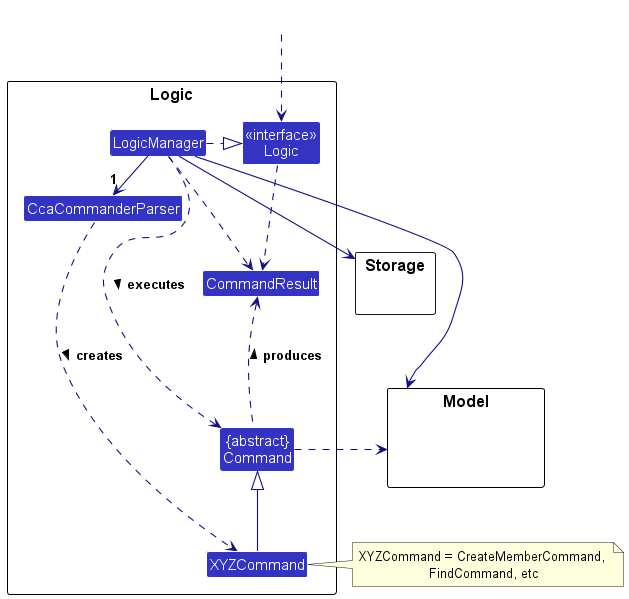
Above: docs/images/LogicClassDiagram.png in nus-cs2103-AY2324S1/tp (PlantUML), before the change.
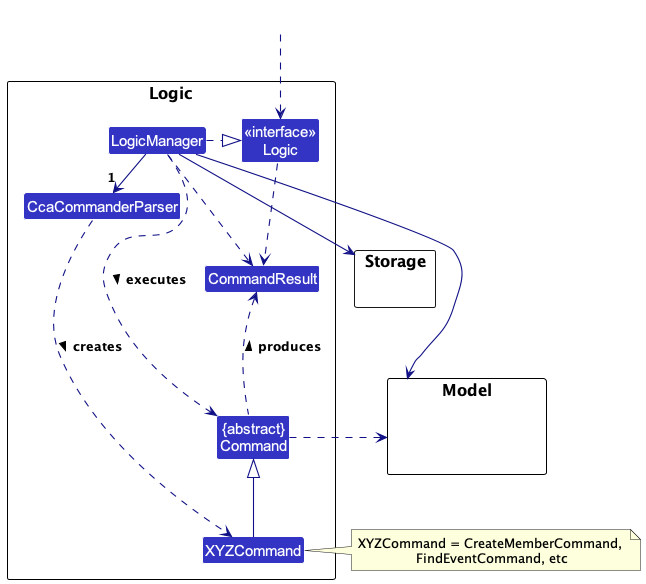
Later version of the same file.

The edit, as a diff of the source:
```diff
@@ -38,7 +38,7 @@
 Storage --[hidden] Model
 Command .[hidden]up.> Storage
 Command .right.> Model
-note right of XYZCommand: XYZCommand = CreateMemberCommand, \nFindCommand, etc
+note right of XYZCommand: XYZCommand = CreateMemberCommand, \nFindEventCommand, etc
 
 Logic ..> CommandResult
 LogicManager .down.> CommandResult
```
